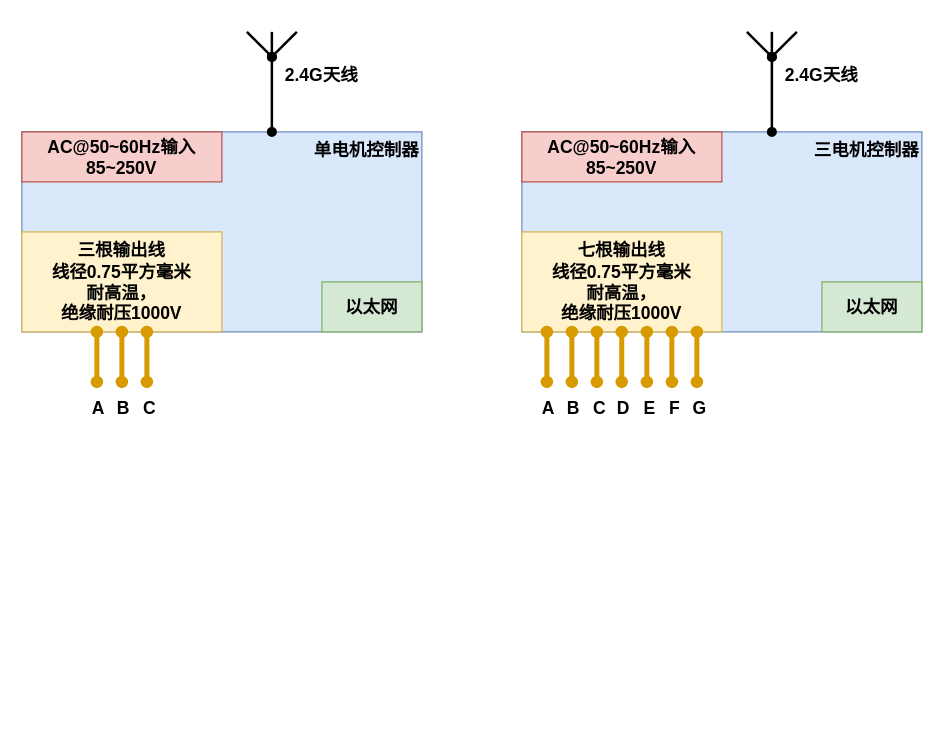
FeO2081/soft keeps this draw.io diagram as JAKDRAW2.drawio. Above is the earlier version. Source tidied: cells renumbered, new cells numbered last; positions are measured from the earlier drawing's top-left corner, leaving out a move shared by most shapes. Both pictures are drawn from the tidied source at 125%, with x=0, y=0 at pixel (21, 31).
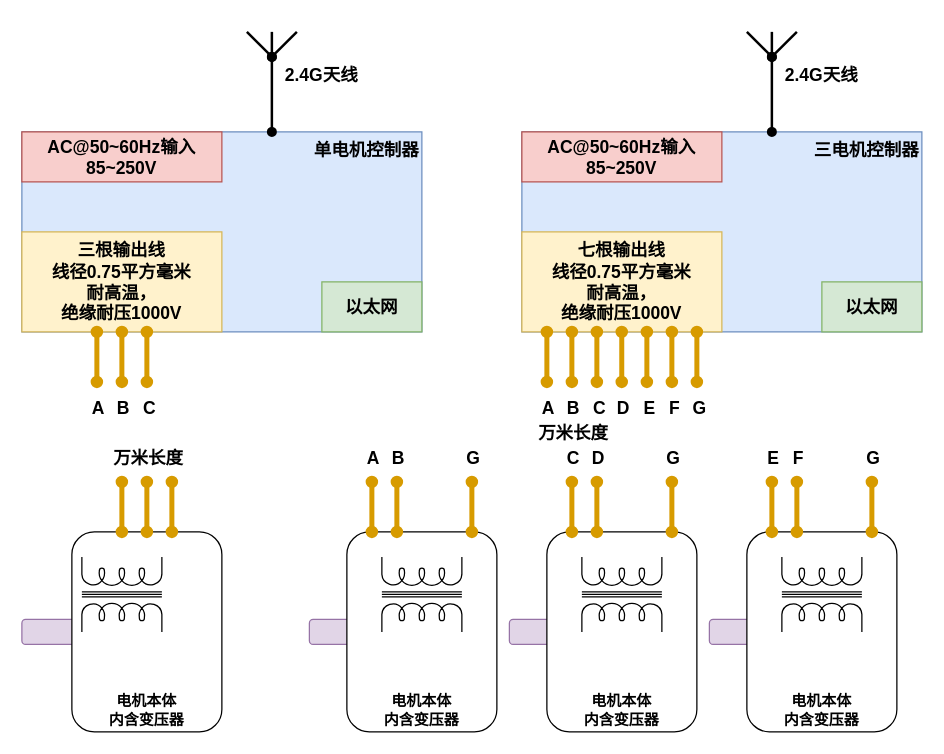
Above is the later version.

Unchanged cells that the change refers to:
```xml
<mxCell id="24" style="endArrow=oval;html=1;rounded=0;entryX=0.25;entryY=1;entryDx=0;entryDy=0;strokeWidth=4;startArrow=oval;startFill=1;endFill=1;fillColor=#ffe6cc;strokeColor=#d79b00;fontSize=14;" parent="1" edge="1">
  <mxGeometry relative="1" as="geometry">
    <mxPoint x="420" y="280" as="sourcePoint" />
    <mxPoint x="420" y="240" as="targetPoint" />
  </mxGeometry>
</mxCell>
```

Change to the diagram source:
```diff
@@
+    <mxCell id="38" style="rounded=1;whiteSpace=wrap;html=1;fillColor=#e1d5e7;strokeColor=#9673a6;" parent="1" vertex="1">
+      <mxGeometry y="470" width="50" height="20" as="geometry" />
+    </mxCell>
+    <mxCell id="39" style="rounded=1;whiteSpace=wrap;html=1;fillColor=#e1d5e7;strokeColor=#9673a6;" parent="1" vertex="1">
+      <mxGeometry x="230" y="470" width="40" height="20" as="geometry" />
+    </mxCell>
+    <mxCell id="40" style="rounded=1;whiteSpace=wrap;html=1;fillColor=#e1d5e7;strokeColor=#9673a6;" parent="1" vertex="1">
+      <mxGeometry x="390" y="470" width="40" height="20" as="geometry" />
+    </mxCell>
+    <mxCell id="41" style="rounded=1;whiteSpace=wrap;html=1;fillColor=#e1d5e7;strokeColor=#9673a6;" parent="1" vertex="1">
+      <mxGeometry x="550" y="470" width="40" height="20" as="geometry" />
+    </mxCell>
@@
-    <mxCell id="25" value="A" style="edgeLabel;html=1;align=center;verticalAlign=middle;fontSize=14;fontStyle=1;" parent="24" vertex="1">
-      <mxGeometry x="0.09" relative="1" as="geometry">
-        <mxPoint y="42" as="offset" />
-      </mxGeometry>
-    </mxCell>
@@
+    <mxCell id="42" value="电机本体&lt;div&gt;内含变压器&lt;/div&gt;" style="rounded=1;whiteSpace=wrap;html=1;verticalAlign=bottom;fontStyle=1;" parent="1" vertex="1">
+      <mxGeometry x="40" y="400" width="120" height="160" as="geometry" />
+    </mxCell>
+    <mxCell id="43" style="endArrow=oval;html=1;rounded=0;entryX=0.25;entryY=1;entryDx=0;entryDy=0;strokeWidth=4;startArrow=oval;startFill=1;endFill=1;fillColor=#ffe6cc;strokeColor=#d79b00;fontSize=14;" parent="1" edge="1">
+      <mxGeometry relative="1" as="geometry">
+        <mxPoint x="80" y="400" as="sourcePoint" />
+        <mxPoint x="80" y="360" as="targetPoint" />
+      </mxGeometry>
+    </mxCell>
+    <mxCell id="44" style="endArrow=oval;html=1;rounded=0;entryX=0.5;entryY=1;entryDx=0;entryDy=0;strokeWidth=4;startArrow=oval;startFill=1;endFill=1;fillColor=#ffe6cc;strokeColor=#d79b00;fontSize=14;" parent="1" edge="1">
+      <mxGeometry relative="1" as="geometry">
+        <mxPoint x="100" y="400" as="sourcePoint" />
+        <mxPoint x="100" y="360" as="targetPoint" />
+      </mxGeometry>
+    </mxCell>
+    <mxCell id="45" value="万米长度" style="edgeLabel;html=1;align=center;verticalAlign=middle;fontSize=14;fontStyle=1;" parent="44" vertex="1">
+      <mxGeometry x="0.02" y="1" relative="1" as="geometry">
+        <mxPoint x="1" y="-40" as="offset" />
+      </mxGeometry>
+    </mxCell>
+    <mxCell id="46" style="endArrow=oval;html=1;rounded=0;entryX=0.75;entryY=1;entryDx=0;entryDy=0;strokeWidth=4;startArrow=oval;startFill=1;endFill=1;fillColor=#ffe6cc;strokeColor=#d79b00;fontSize=14;" parent="1" edge="1">
+      <mxGeometry relative="1" as="geometry">
+        <mxPoint x="120" y="400" as="sourcePoint" />
+        <mxPoint x="120" y="360" as="targetPoint" />
+      </mxGeometry>
+    </mxCell>
+    <mxCell id="47" style="verticalLabelPosition=bottom;shadow=0;dashed=0;align=center;html=1;verticalAlign=top;shape=mxgraph.electrical.inductors.transformer_2;" parent="1" vertex="1">
+      <mxGeometry x="48" y="420" width="64" height="60" as="geometry" />
+    </mxCell>
+    <mxCell id="48" value="电机本体&lt;div&gt;内含变压器&lt;/div&gt;" style="rounded=1;whiteSpace=wrap;html=1;verticalAlign=bottom;fontStyle=1;" parent="1" vertex="1">
+      <mxGeometry x="260" y="400" width="120" height="160" as="geometry" />
+    </mxCell>
+    <mxCell id="49" style="endArrow=oval;html=1;rounded=0;entryX=0.5;entryY=1;entryDx=0;entryDy=0;strokeWidth=4;startArrow=oval;startFill=1;endFill=1;fillColor=#ffe6cc;strokeColor=#d79b00;fontSize=14;" parent="1" edge="1">
+      <mxGeometry relative="1" as="geometry">
+        <mxPoint x="280" y="400" as="sourcePoint" />
+        <mxPoint x="280" y="360" as="targetPoint" />
+      </mxGeometry>
+    </mxCell>
+    <mxCell id="50" value="万米长度" style="edgeLabel;html=1;align=center;verticalAlign=middle;fontSize=14;fontStyle=1;" parent="49" vertex="1">
+      <mxGeometry x="0.02" y="1" relative="1" as="geometry">
+        <mxPoint x="161" y="-60" as="offset" />
+      </mxGeometry>
+    </mxCell>
+    <mxCell id="51" style="endArrow=oval;html=1;rounded=0;entryX=0.75;entryY=1;entryDx=0;entryDy=0;strokeWidth=4;startArrow=oval;startFill=1;endFill=1;fillColor=#ffe6cc;strokeColor=#d79b00;fontSize=14;" parent="1" edge="1">
+      <mxGeometry relative="1" as="geometry">
+        <mxPoint x="300" y="400" as="sourcePoint" />
+        <mxPoint x="300" y="360" as="targetPoint" />
+      </mxGeometry>
+    </mxCell>
+    <mxCell id="52" style="verticalLabelPosition=bottom;shadow=0;dashed=0;align=center;html=1;verticalAlign=top;shape=mxgraph.electrical.inductors.transformer_2;" parent="1" vertex="1">
+      <mxGeometry x="288" y="420" width="64" height="60" as="geometry" />
+    </mxCell>
+    <mxCell id="53" value="电机本体&lt;div&gt;内含变压器&lt;/div&gt;" style="rounded=1;whiteSpace=wrap;html=1;verticalAlign=bottom;fontStyle=1;" parent="1" vertex="1">
+      <mxGeometry x="420" y="400" width="120" height="160" as="geometry" />
+    </mxCell>
+    <mxCell id="54" style="endArrow=oval;html=1;rounded=0;entryX=0.5;entryY=1;entryDx=0;entryDy=0;strokeWidth=4;startArrow=oval;startFill=1;endFill=1;fillColor=#ffe6cc;strokeColor=#d79b00;fontSize=14;" parent="1" edge="1">
+      <mxGeometry relative="1" as="geometry">
+        <mxPoint x="440" y="400" as="sourcePoint" />
+        <mxPoint x="440" y="360" as="targetPoint" />
+      </mxGeometry>
+    </mxCell>
+    <mxCell id="55" style="endArrow=oval;html=1;rounded=0;entryX=0.75;entryY=1;entryDx=0;entryDy=0;strokeWidth=4;startArrow=oval;startFill=1;endFill=1;fillColor=#ffe6cc;strokeColor=#d79b00;fontSize=14;" parent="1" edge="1">
+      <mxGeometry relative="1" as="geometry">
+        <mxPoint x="460" y="400" as="sourcePoint" />
+        <mxPoint x="460" y="360" as="targetPoint" />
+      </mxGeometry>
+    </mxCell>
+    <mxCell id="56" style="verticalLabelPosition=bottom;shadow=0;dashed=0;align=center;html=1;verticalAlign=top;shape=mxgraph.electrical.inductors.transformer_2;" parent="1" vertex="1">
+      <mxGeometry x="448" y="420" width="64" height="60" as="geometry" />
+    </mxCell>
+    <mxCell id="57" value="电机本体&lt;div&gt;内含变压器&lt;/div&gt;" style="rounded=1;whiteSpace=wrap;html=1;verticalAlign=bottom;fontStyle=1;" parent="1" vertex="1">
+      <mxGeometry x="580" y="400" width="120" height="160" as="geometry" />
+    </mxCell>
+    <mxCell id="58" style="endArrow=oval;html=1;rounded=0;entryX=0.5;entryY=1;entryDx=0;entryDy=0;strokeWidth=4;startArrow=oval;startFill=1;endFill=1;fillColor=#ffe6cc;strokeColor=#d79b00;fontSize=14;" parent="1" edge="1">
+      <mxGeometry relative="1" as="geometry">
+        <mxPoint x="600" y="400" as="sourcePoint" />
+        <mxPoint x="600" y="360" as="targetPoint" />
+      </mxGeometry>
+    </mxCell>
+    <mxCell id="59" style="endArrow=oval;html=1;rounded=0;entryX=0.75;entryY=1;entryDx=0;entryDy=0;strokeWidth=4;startArrow=oval;startFill=1;endFill=1;fillColor=#ffe6cc;strokeColor=#d79b00;fontSize=14;" parent="1" edge="1">
+      <mxGeometry relative="1" as="geometry">
+        <mxPoint x="620" y="400" as="sourcePoint" />
+        <mxPoint x="620" y="360" as="targetPoint" />
+      </mxGeometry>
+    </mxCell>
+    <mxCell id="60" style="verticalLabelPosition=bottom;shadow=0;dashed=0;align=center;html=1;verticalAlign=top;shape=mxgraph.electrical.inductors.transformer_2;" parent="1" vertex="1">
+      <mxGeometry x="608" y="420" width="64" height="60" as="geometry" />
+    </mxCell>
+    <mxCell id="61" style="endArrow=oval;html=1;rounded=0;entryX=0.25;entryY=1;entryDx=0;entryDy=0;strokeWidth=4;startArrow=oval;startFill=1;endFill=1;fillColor=#ffe6cc;strokeColor=#d79b00;fontSize=14;" parent="1" edge="1">
+      <mxGeometry relative="1" as="geometry">
+        <mxPoint x="360" y="400" as="sourcePoint" />
+        <mxPoint x="360" y="360" as="targetPoint" />
+      </mxGeometry>
+    </mxCell>
+    <mxCell id="62" style="endArrow=oval;html=1;rounded=0;entryX=0.25;entryY=1;entryDx=0;entryDy=0;strokeWidth=4;startArrow=oval;startFill=1;endFill=1;fillColor=#ffe6cc;strokeColor=#d79b00;fontSize=14;" parent="1" edge="1">
+      <mxGeometry relative="1" as="geometry">
+        <mxPoint x="520" y="400" as="sourcePoint" />
+        <mxPoint x="520" y="360" as="targetPoint" />
+      </mxGeometry>
+    </mxCell>
+    <mxCell id="63" style="endArrow=oval;html=1;rounded=0;entryX=0.25;entryY=1;entryDx=0;entryDy=0;strokeWidth=4;startArrow=oval;startFill=1;endFill=1;fillColor=#ffe6cc;strokeColor=#d79b00;fontSize=14;" parent="1" edge="1">
+      <mxGeometry relative="1" as="geometry">
+        <mxPoint x="680" y="400" as="sourcePoint" />
+        <mxPoint x="680" y="360" as="targetPoint" />
+      </mxGeometry>
+    </mxCell>
+    <mxCell id="64" value="G" style="edgeLabel;html=1;align=center;verticalAlign=middle;fontSize=14;fontStyle=1;" parent="1" vertex="1">
+      <mxGeometry x="360" y="340" as="geometry" />
+    </mxCell>
+    <mxCell id="65" value="G" style="edgeLabel;html=1;align=center;verticalAlign=middle;fontSize=14;fontStyle=1;" parent="1" vertex="1">
+      <mxGeometry x="520" y="340" as="geometry" />
+    </mxCell>
+    <mxCell id="66" value="G" style="edgeLabel;html=1;align=center;verticalAlign=middle;fontSize=14;fontStyle=1;" parent="1" vertex="1">
+      <mxGeometry x="660" y="340" as="geometry">
+        <mxPoint x="20" as="offset" />
+      </mxGeometry>
+    </mxCell>
+    <mxCell id="67" value="A" style="edgeLabel;html=1;align=center;verticalAlign=middle;fontSize=14;fontStyle=1;" parent="1" vertex="1">
+      <mxGeometry x="420" y="300" as="geometry" />
+    </mxCell>
+    <mxCell id="68" value="B" style="edgeLabel;html=1;align=center;verticalAlign=middle;fontSize=14;fontStyle=1;" parent="1" vertex="1">
+      <mxGeometry x="300" y="340" as="geometry" />
+    </mxCell>
+    <mxCell id="69" value="C" style="edgeLabel;html=1;align=center;verticalAlign=middle;fontSize=14;fontStyle=1;" parent="1" vertex="1">
+      <mxGeometry x="440" y="340" as="geometry" />
+    </mxCell>
+    <mxCell id="70" value="D" style="edgeLabel;html=1;align=center;verticalAlign=middle;fontSize=14;fontStyle=1;" parent="1" vertex="1">
+      <mxGeometry x="460" y="340" as="geometry" />
+    </mxCell>
+    <mxCell id="71" value="E" style="edgeLabel;html=1;align=center;verticalAlign=middle;fontSize=14;fontStyle=1;" parent="1" vertex="1">
+      <mxGeometry x="600" y="340" as="geometry" />
+    </mxCell>
+    <mxCell id="72" value="F" style="edgeLabel;html=1;align=center;verticalAlign=middle;fontSize=14;fontStyle=1;" parent="1" vertex="1">
+      <mxGeometry x="620" y="340" as="geometry" />
+    </mxCell>
+    <mxCell id="73" value="A" style="edgeLabel;html=1;align=center;verticalAlign=middle;fontSize=14;fontStyle=1;" parent="1" vertex="1">
+      <mxGeometry x="280" y="340" as="geometry" />
+    </mxCell>
```
